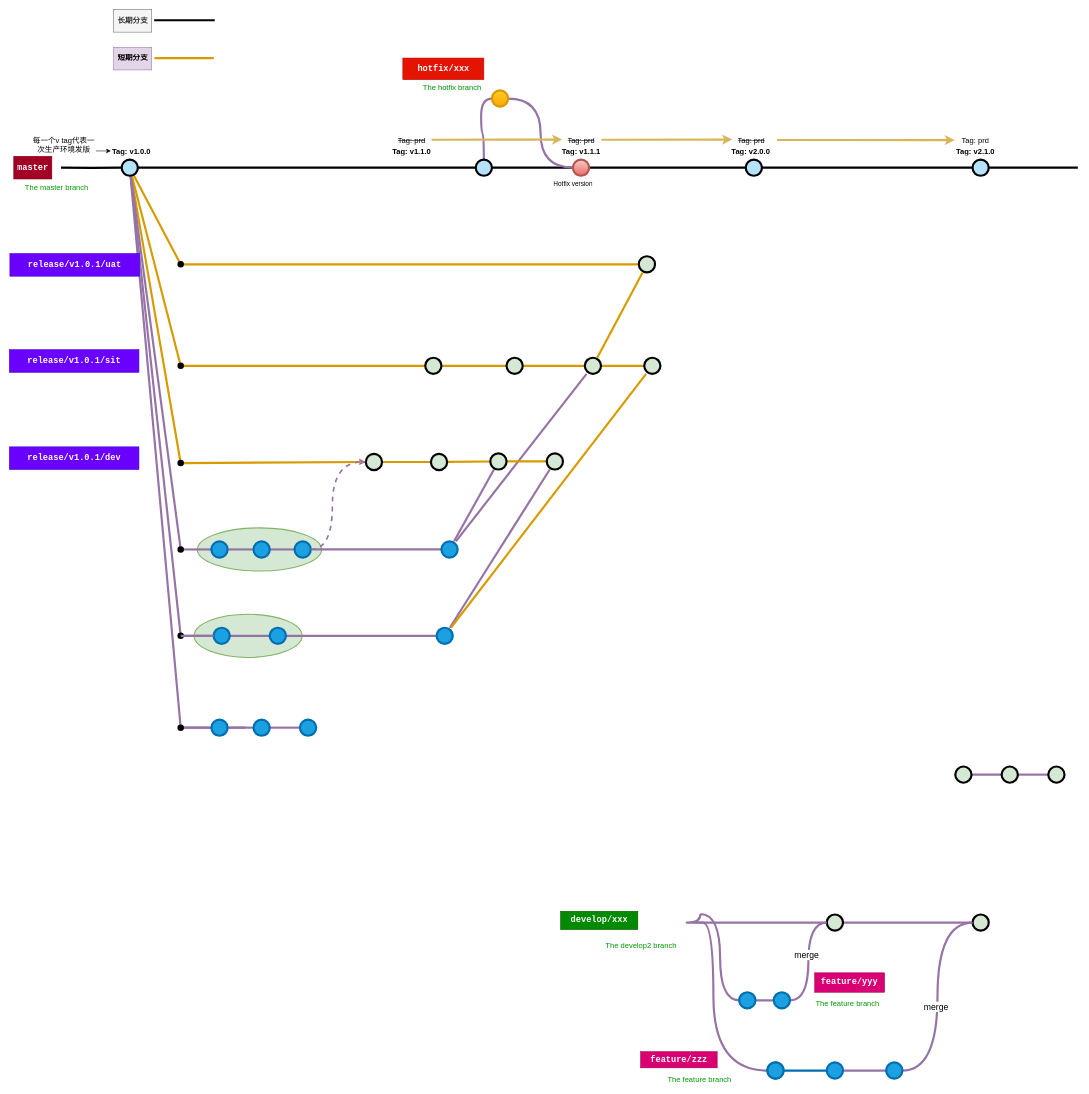
This is Untitled Diagram.drawio from bbcpan/SpringCloud, a draw.io file, before an edit. Source tidied: cells renumbered, new cells numbered last; positions are measured from the earlier drawing's top-left corner, leaving out a move shared by most shapes. Both pictures are drawn from the tidied source at 54%, with x=0, y=0 at pixel (9, 9).
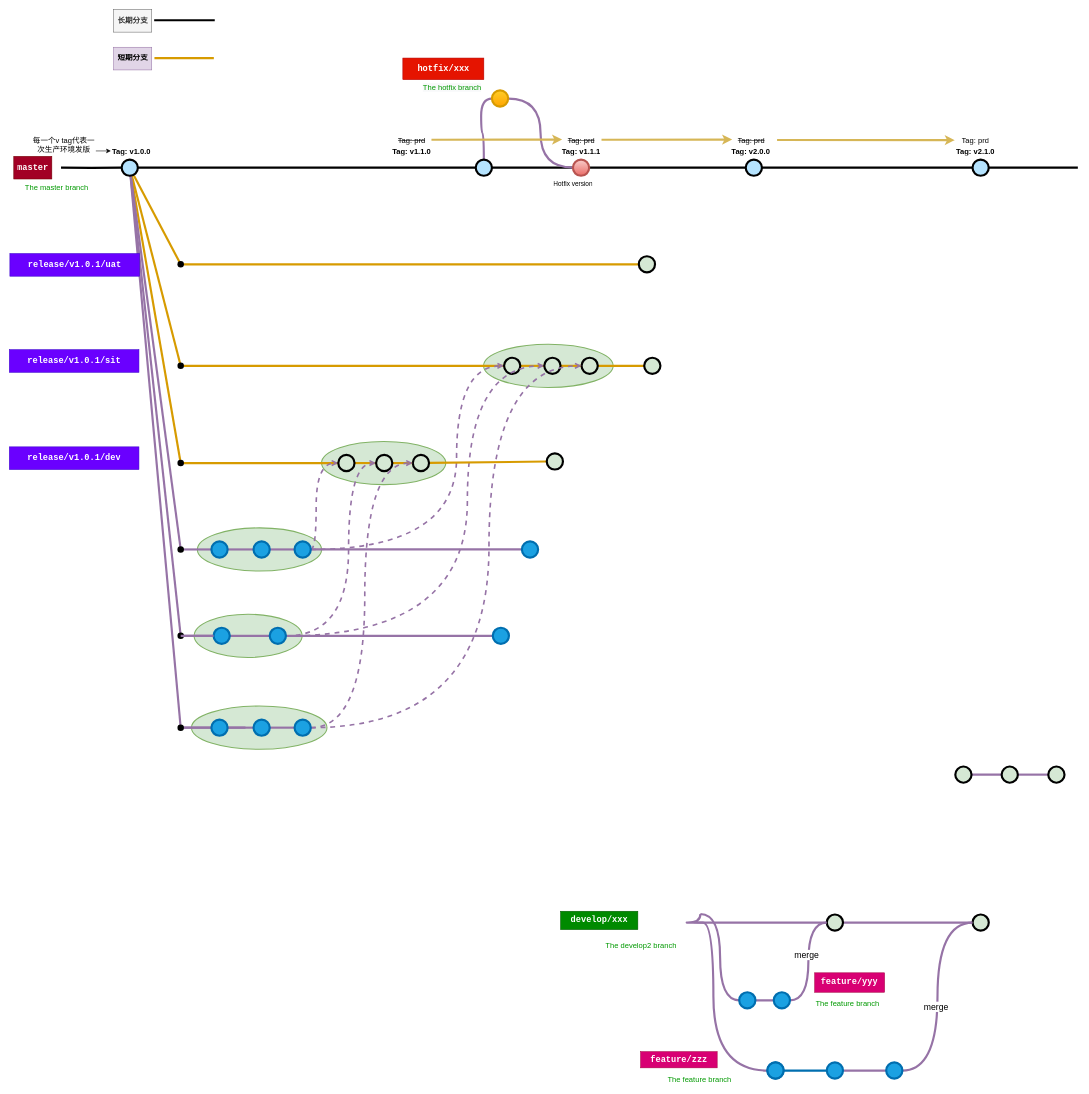
The same diagram, later.

The change refers to these unchanged cells:
```xml
<mxCell id="34" style="verticalLabelPosition=bottom;verticalAlign=top;html=1;strokeWidth=4;shape=mxgraph.flowchart.on-page_reference;plain-purple;gradientColor=none;strokeColor=#000000;fillColor=#D5E8D4;" parent="1" vertex="1">
  <mxGeometry x="1165.5" y="457" width="30" height="30" as="geometry" />
</mxCell>
<mxCell id="95" style="verticalLabelPosition=bottom;verticalAlign=top;html=1;strokeWidth=4;shape=mxgraph.flowchart.on-page_reference;strokeColor=#006EAF;fillColor=#1ba1e2;fontColor=#ffffff;" parent="1" vertex="1">
  <mxGeometry x="528" y="985" width="30" height="30" as="geometry" />
</mxCell>
<mxCell id="103" style="verticalLabelPosition=bottom;verticalAlign=top;html=1;strokeWidth=4;shape=mxgraph.flowchart.on-page_reference;strokeColor=#006EAF;fillColor=#1ba1e2;fontColor=#ffffff;" parent="1" vertex="1">
  <mxGeometry x="482" y="1145" width="30" height="30" as="geometry" />
</mxCell>
<mxCell id="120" style="verticalLabelPosition=bottom;verticalAlign=top;html=1;strokeWidth=4;shape=mxgraph.flowchart.on-page_reference;plain-purple;gradientColor=none;strokeColor=#000000;fillColor=#D5E8D4;" parent="1" vertex="1">
  <mxGeometry x="995" y="822" width="30" height="30" as="geometry" />
</mxCell>
<mxCell id="121" style="verticalLabelPosition=bottom;verticalAlign=top;html=1;strokeWidth=4;shape=mxgraph.flowchart.on-page_reference;plain-purple;gradientColor=none;strokeColor=#000000;fillColor=#D5E8D4;" parent="1" vertex="1">
  <mxGeometry x="1175.5" y="645" width="30" height="30" as="geometry" />
</mxCell>
<mxCell id="127" style="verticalLabelPosition=bottom;verticalAlign=top;html=1;strokeWidth=4;shape=mxgraph.flowchart.on-page_reference;strokeColor=#006EAF;fillColor=#1ba1e2;fontColor=#ffffff;" parent="1" vertex="1">
  <mxGeometry x="452" y="1315" width="30" height="30" as="geometry" />
</mxCell>
```

Change to the diagram source:
```diff
@@
+    <mxCell id="133" style="ellipse;whiteSpace=wrap;html=1;fontFamily=Helvetica;fontSize=15;fillColor=#d5e8d4;strokeColor=#82b366;strokeWidth=2;" parent="1" vertex="1">
+      <mxGeometry x="878" y="620" width="240" height="80" as="geometry" />
+    </mxCell>
+    <mxCell id="134" style="ellipse;whiteSpace=wrap;html=1;fontFamily=Helvetica;fontSize=15;fillColor=#d5e8d4;strokeColor=#82b366;strokeWidth=2;" parent="1" vertex="1">
+      <mxGeometry x="578" y="800" width="230" height="80" as="geometry" />
+    </mxCell>
+    <mxCell id="135" style="ellipse;whiteSpace=wrap;html=1;fontFamily=Helvetica;fontSize=15;fillColor=#d5e8d4;strokeColor=#82b366;strokeWidth=2;" parent="1" vertex="1">
+      <mxGeometry x="337.1" y="1290" width="250.9" height="80" as="geometry" />
+    </mxCell>
@@
+    <mxCell id="132" style="edgeStyle=orthogonalEdgeStyle;shape=connector;curved=1;rounded=0;sketch=0;jettySize=auto;html=1;shadow=0;dashed=1;labelBackgroundColor=default;fontFamily=Helvetica;fontSize=15;fontColor=default;endArrow=open;endFill=0;strokeColor=#9673a6;strokeWidth=3;fillColor=#e1d5e7;" parent="1" edge="1" source="95" target="97">
+      <mxGeometry relative="1" as="geometry">
+        <Array as="points">
+          <mxPoint x="568" y="1000" />
+          <mxPoint x="568" y="840" />
+        </Array>
+      </mxGeometry>
+    </mxCell>
+    <mxCell id="136" style="edgeStyle=orthogonalEdgeStyle;shape=connector;curved=1;rounded=0;sketch=0;jettySize=auto;html=1;shadow=0;dashed=1;labelBackgroundColor=default;fontFamily=Helvetica;fontSize=15;fontColor=default;endArrow=open;endFill=0;strokeColor=#9673a6;strokeWidth=3;fillColor=#e1d5e7;" parent="1" edge="1" source="95" target="99">
+      <mxGeometry relative="1" as="geometry">
+        <Array as="points">
+          <mxPoint x="828" y="1000" />
+          <mxPoint x="828" y="660" />
+        </Array>
+      </mxGeometry>
+    </mxCell>
@@
     <mxCell id="97" style="verticalLabelPosition=bottom;verticalAlign=top;html=1;strokeWidth=4;shape=mxgraph.flowchart.on-page_reference;plain-purple;gradientColor=none;strokeColor=#000000;fillColor=#D5E8D4;" parent="1" vertex="1">
-      <mxGeometry x="660" y="823" width="30" height="30" as="geometry" />
+      <mxGeometry x="609" y="825" width="30" height="30" as="geometry" />
     </mxCell>
@@
     <mxCell id="99" style="verticalLabelPosition=bottom;verticalAlign=top;html=1;strokeWidth=4;shape=mxgraph.flowchart.on-page_reference;plain-purple;gradientColor=none;strokeColor=#000000;fillColor=#D5E8D4;" parent="1" vertex="1">
-      <mxGeometry x="770" y="645" width="30" height="30" as="geometry" />
+      <mxGeometry x="916" y="645" width="30" height="30" as="geometry" />
     </mxCell>
@@
+    <mxCell id="137" style="edgeStyle=orthogonalEdgeStyle;shape=connector;curved=1;rounded=0;sketch=0;jettySize=auto;html=1;shadow=0;dashed=1;labelBackgroundColor=default;fontFamily=Helvetica;fontSize=15;fontColor=default;endArrow=open;endFill=0;strokeColor=#9673a6;strokeWidth=3;fillColor=#e1d5e7;" parent="1" edge="1" source="103" target="105">
+      <mxGeometry relative="1" as="geometry">
+        <Array as="points">
+          <mxPoint x="628" y="1160" />
+          <mxPoint x="628" y="840" />
+        </Array>
+      </mxGeometry>
+    </mxCell>
+    <mxCell id="138" style="edgeStyle=orthogonalEdgeStyle;shape=connector;curved=1;rounded=0;sketch=0;jettySize=auto;html=1;shadow=0;dashed=1;labelBackgroundColor=default;fontFamily=Helvetica;fontSize=15;fontColor=default;endArrow=open;endFill=0;strokeColor=#9673a6;strokeWidth=3;fillColor=#e1d5e7;" parent="1" edge="1" source="103" target="108">
+      <mxGeometry relative="1" as="geometry">
+        <Array as="points">
+          <mxPoint x="848" y="1160" />
+          <mxPoint x="848" y="660" />
+        </Array>
+      </mxGeometry>
+    </mxCell>
@@
     <mxCell id="105" style="verticalLabelPosition=bottom;verticalAlign=top;html=1;strokeWidth=4;shape=mxgraph.flowchart.on-page_reference;plain-purple;gradientColor=none;strokeColor=#000000;fillColor=#D5E8D4;" parent="1" vertex="1">
-      <mxGeometry x="780.5" y="823" width="30" height="30" as="geometry" />
+      <mxGeometry x="679" y="825" width="30" height="30" as="geometry" />
     </mxCell>
@@
     <mxCell id="108" style="verticalLabelPosition=bottom;verticalAlign=top;html=1;strokeWidth=4;shape=mxgraph.flowchart.on-page_reference;plain-purple;gradientColor=none;strokeColor=#000000;fillColor=#D5E8D4;" parent="1" vertex="1">
-      <mxGeometry x="920.5" y="645" width="30" height="30" as="geometry" />
+      <mxGeometry x="990.5" y="645" width="30" height="30" as="geometry" />
     </mxCell>
-    <mxCell id="109" style="edgeStyle=none;shape=connector;rounded=0;jettySize=auto;html=1;labelBackgroundColor=default;fontFamily=Helvetica;fontSize=15;fontColor=default;endArrow=none;endFill=0;strokeColor=#9673a6;strokeWidth=4;fillColor=#e1d5e7;" parent="1" edge="1" source="111" target="116">
-      <mxGeometry relative="1" as="geometry" />
-    </mxCell>
-    <mxCell id="110" style="edgeStyle=none;shape=connector;rounded=0;jettySize=auto;html=1;labelBackgroundColor=default;fontFamily=Helvetica;fontSize=15;fontColor=default;startArrow=none;endArrow=none;endFill=0;strokeColor=#9673a6;strokeWidth=4;fillColor=#e1d5e7;" parent="1" edge="1" source="111" target="119">
-      <mxGeometry relative="1" as="geometry" />
-    </mxCell>
     <mxCell id="111" style="verticalLabelPosition=bottom;verticalAlign=top;html=1;strokeWidth=4;shape=mxgraph.flowchart.on-page_reference;strokeColor=#006EAF;fillColor=#1ba1e2;fontColor=#ffffff;" parent="1" vertex="1">
-      <mxGeometry x="800" y="985" width="30" height="30" as="geometry" />
+      <mxGeometry x="949" y="985" width="30" height="30" as="geometry" />
     </mxCell>
-    <mxCell id="112" style="edgeStyle=none;shape=connector;rounded=0;jettySize=auto;html=1;labelBackgroundColor=default;fontFamily=Helvetica;fontSize=15;fontColor=default;endArrow=none;endFill=0;strokeColor=#9673a6;strokeWidth=4;fillColor=#e1d5e7;" parent="1" edge="1" source="114" target="120">
-      <mxGeometry relative="1" as="geometry" />
-    </mxCell>
-    <mxCell id="113" style="edgeStyle=none;shape=connector;rounded=0;jettySize=auto;html=1;labelBackgroundColor=default;fontFamily=Helvetica;fontSize=15;fontColor=default;startArrow=none;endArrow=none;endFill=0;strokeColor=#d79b00;strokeWidth=4;fillColor=#ffe6cc;" parent="1" edge="1" source="114" target="121">
-      <mxGeometry relative="1" as="geometry" />
-    </mxCell>
     <mxCell id="114" style="verticalLabelPosition=bottom;verticalAlign=top;html=1;strokeWidth=4;shape=mxgraph.flowchart.on-page_reference;strokeColor=#006EAF;fillColor=#1ba1e2;fontColor=#ffffff;" parent="1" vertex="1">
-      <mxGeometry x="791" y="1145" width="30" height="30" as="geometry" />
+      <mxGeometry x="895" y="1145" width="30" height="30" as="geometry" />
     </mxCell>
@@
     <mxCell id="116" style="verticalLabelPosition=bottom;verticalAlign=top;html=1;strokeWidth=4;shape=mxgraph.flowchart.on-page_reference;plain-purple;gradientColor=none;strokeColor=#000000;fillColor=#D5E8D4;" parent="1" vertex="1">
-      <mxGeometry x="890.5" y="822" width="30" height="30" as="geometry" />
+      <mxGeometry x="747" y="825" width="30" height="30" as="geometry" />
     </mxCell>
-    <mxCell id="117" style="edgeStyle=none;shape=connector;rounded=0;jettySize=auto;html=1;labelBackgroundColor=default;fontFamily=Helvetica;fontSize=15;fontColor=default;startArrow=none;endArrow=none;endFill=0;strokeColor=#d79b00;strokeWidth=4;fillColor=#ffe6cc;" parent="1" edge="1" source="119" target="34">
-      <mxGeometry relative="1" as="geometry" />
-    </mxCell>
@@
     <mxCell id="119" style="verticalLabelPosition=bottom;verticalAlign=top;html=1;strokeWidth=4;shape=mxgraph.flowchart.on-page_reference;plain-purple;gradientColor=none;strokeColor=#000000;fillColor=#D5E8D4;" parent="1" vertex="1">
-      <mxGeometry x="1065.5" y="645" width="30" height="30" as="geometry" />
+      <mxGeometry x="1059.5" y="645" width="30" height="30" as="geometry" />
     </mxCell>
@@
-    <mxCell id="126" style="edgeStyle=none;shape=connector;rounded=0;jettySize=auto;html=1;labelBackgroundColor=default;fontFamily=Helvetica;fontSize=15;fontColor=default;endArrow=none;endFill=0;strokeColor=#9673a6;strokeWidth=4;fillColor=#e1d5e7;" parent="1" edge="1" source="127" target="129">
+    <mxCell id="126" style="edgeStyle=orthogonalEdgeStyle;shape=connector;curved=1;rounded=0;sketch=0;jettySize=auto;html=1;shadow=0;labelBackgroundColor=default;fontFamily=Helvetica;fontSize=15;fontColor=default;endArrow=none;endFill=0;strokeColor=#9673a6;strokeWidth=4;fillColor=#e1d5e7;" parent="1" edge="1" source="127" target="129">
       <mxGeometry relative="1" as="geometry" />
     </mxCell>
@@
+    <mxCell id="139" style="edgeStyle=orthogonalEdgeStyle;shape=connector;curved=1;rounded=0;sketch=0;jettySize=auto;html=1;shadow=0;dashed=1;labelBackgroundColor=default;fontFamily=Helvetica;fontSize=15;fontColor=default;endArrow=open;endFill=0;strokeColor=#9673a6;strokeWidth=3;fillColor=#e1d5e7;" parent="1" edge="1" source="129" target="116">
+      <mxGeometry relative="1" as="geometry">
+        <Array as="points">
+          <mxPoint x="658" y="1330" />
+          <mxPoint x="658" y="840" />
+        </Array>
+      </mxGeometry>
+    </mxCell>
+    <mxCell id="140" style="edgeStyle=orthogonalEdgeStyle;shape=connector;curved=1;rounded=0;sketch=0;jettySize=auto;html=1;shadow=0;dashed=1;labelBackgroundColor=default;fontFamily=Helvetica;fontSize=15;fontColor=default;endArrow=open;endFill=0;strokeColor=#9673a6;strokeWidth=3;fillColor=#e1d5e7;" parent="1" edge="1" source="129" target="119">
+      <mxGeometry relative="1" as="geometry">
+        <Array as="points">
+          <mxPoint x="888" y="1330" />
+          <mxPoint x="888" y="660" />
+        </Array>
+      </mxGeometry>
+    </mxCell>
     <mxCell id="129" style="verticalLabelPosition=bottom;verticalAlign=top;html=1;strokeWidth=4;shape=mxgraph.flowchart.on-page_reference;strokeColor=#006EAF;fillColor=#1ba1e2;fontColor=#ffffff;" parent="1" vertex="1">
-      <mxGeometry x="538" y="1315" width="30" height="30" as="geometry" />
+      <mxGeometry x="528" y="1315" width="30" height="30" as="geometry" />
     </mxCell>
@@
-    <mxCell id="132" style="endArrow=open;html=1;rounded=0;labelBackgroundColor=default;fontFamily=Helvetica;fontSize=15;fontColor=default;strokeColor=#9673a6;strokeWidth=3;fillColor=#e1d5e7;shape=connector;edgeStyle=orthogonalEdgeStyle;curved=1;dashed=1;shadow=0;sketch=0;endFill=0;" parent="1" edge="1" source="95" target="97">
-      <mxGeometry relative="1" as="geometry">
-        <Array as="points">
-          <mxPoint x="598" y="1000" />
-          <mxPoint x="598" y="838" />
-        </Array>
-      </mxGeometry>
-    </mxCell>
```
